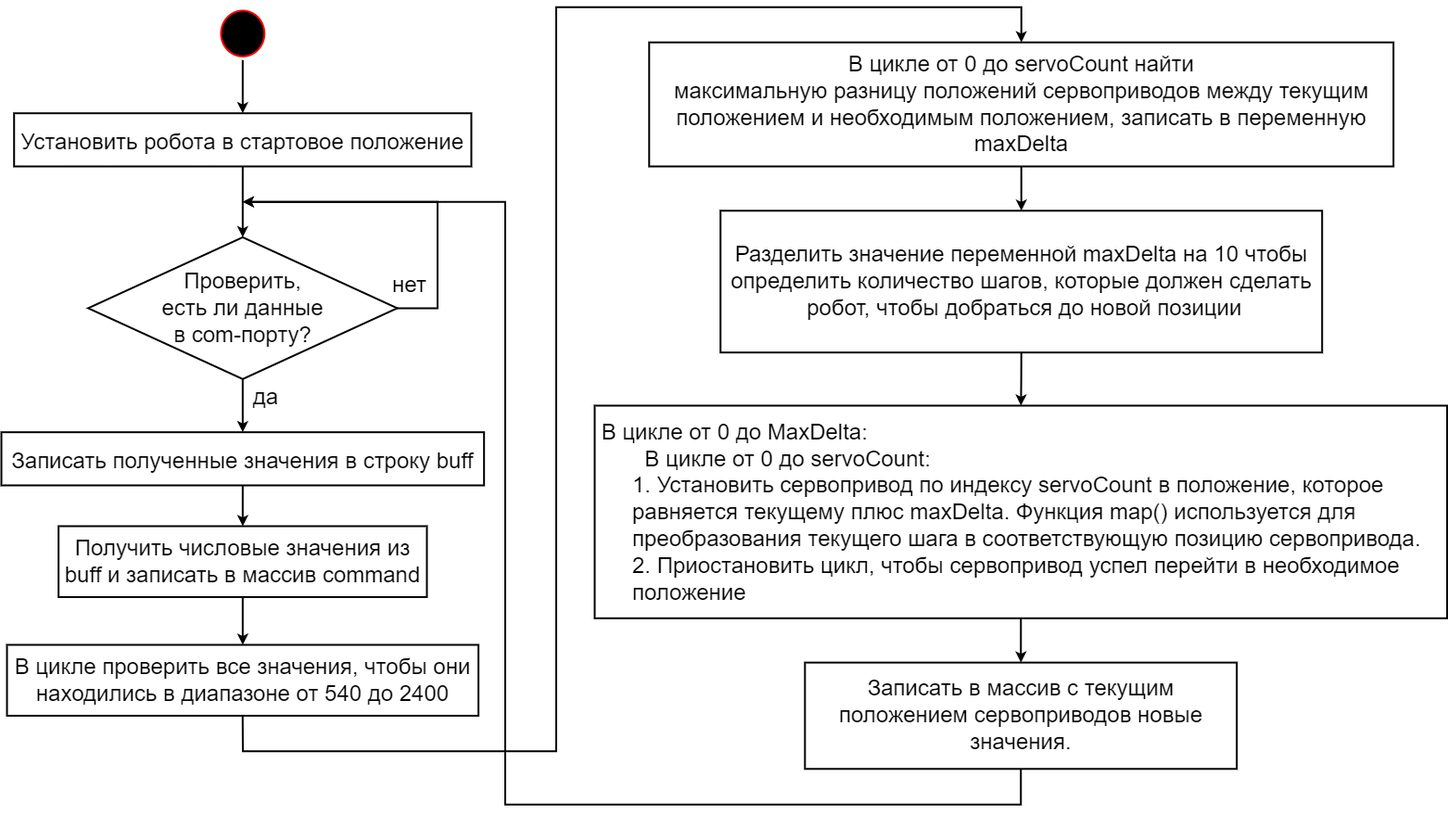
Earlier version of the draw.io export Схемы/Диаграмма деятельности ардуино.drawio.png (ArtemVolkov2103/1-Diplom). Source tidied: cells renumbered, new cells last; positions are measured from the earlier drawing's top-left corner, leaving out a move shared by most shapes.
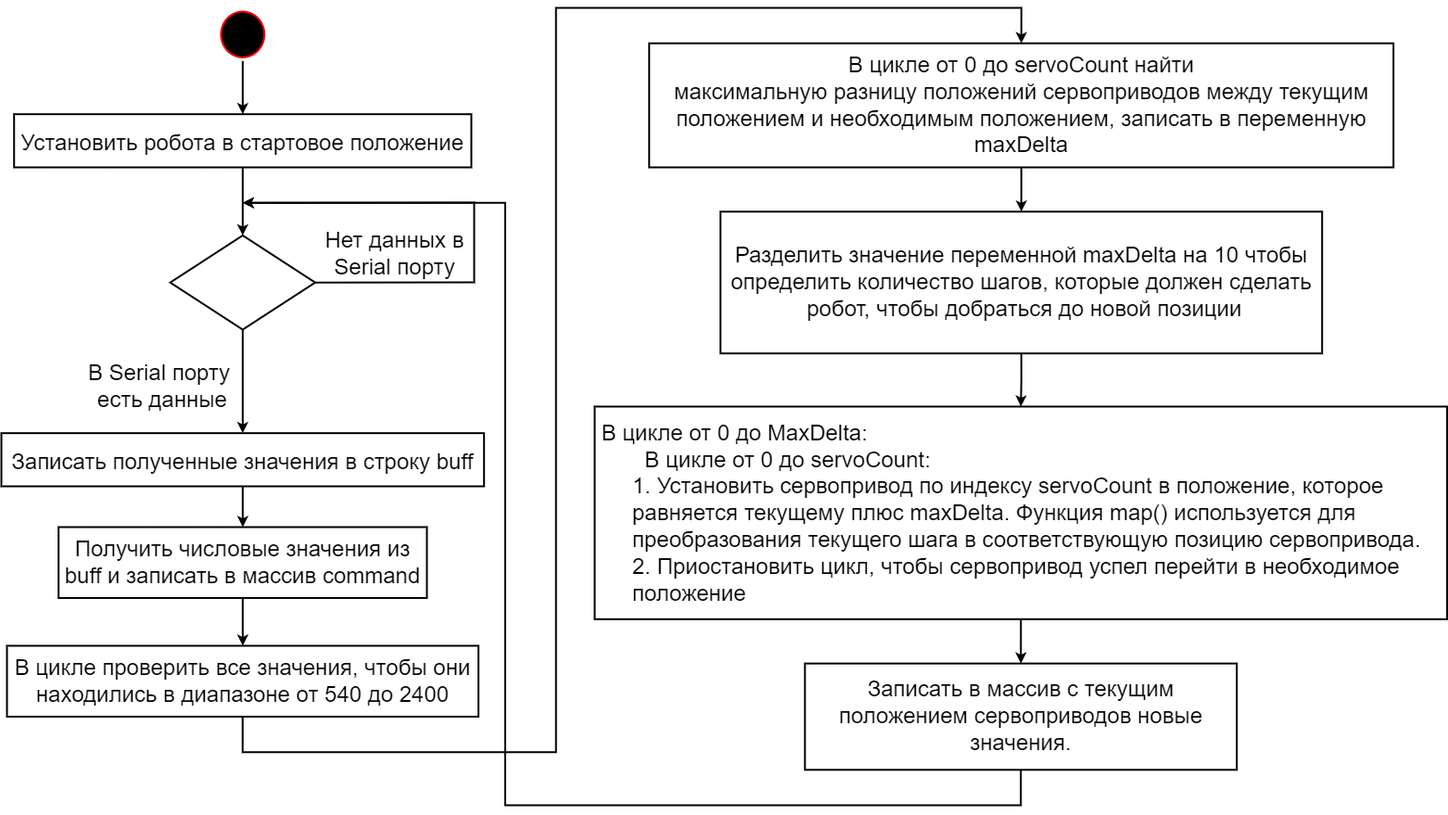
The same file after the commit.

Change to the diagram source:
```diff
@@ -11,21 +11,21 @@
     <mxCell id="4" style="edgeStyle=orthogonalEdgeStyle;rounded=0;jettySize=auto;html=1;exitX=0.5;exitY=1;exitDx=0;exitDy=0;entryX=0.5;entryY=0;entryDx=0;entryDy=0;fontSize=24;strokeWidth=2;" parent="1" edge="1" source="5" target="3">
       <mxGeometry relative="1" as="geometry" />
     </mxCell>
-    <mxCell id="5" value="Проверить,&lt;br style=&quot;font-size: 24px;&quot;&gt;есть&amp;nbsp;ли данные &lt;br style=&quot;font-size: 24px;&quot;&gt;в com-порту?" style="rhombus;whiteSpace=wrap;html=1;fontSize=24;strokeWidth=2;" parent="1" vertex="1">
-      <mxGeometry x="93.6" y="248.4" width="333.4" height="152.9" as="geometry" />
+    <mxCell id="5" style="rhombus;whiteSpace=wrap;html=1;fontSize=24;strokeWidth=2;" parent="1" vertex="1">
+      <mxGeometry x="182.1" y="245.4" width="156.4" height="101.6" as="geometry" />
     </mxCell>
-    <mxCell id="6" value="да" style="text;html=1;align=center;verticalAlign=middle;strokeColor=none;fillColor=none;fontSize=24;strokeWidth=2;" parent="1" vertex="1">
-      <mxGeometry x="260" y="401.3" width="50" height="40" as="geometry" />
+    <mxCell id="6" value="В Serial порту&lt;br&gt;&amp;nbsp;есть данные" style="text;html=1;align=center;verticalAlign=middle;strokeColor=none;fillColor=none;fontSize=24;strokeWidth=2;" parent="1" vertex="1">
+      <mxGeometry x="80" y="372.7" width="180" height="70" as="geometry" />
     </mxCell>
-    <mxCell id="7" value="нет" style="text;html=1;align=center;verticalAlign=middle;strokeColor=none;fillColor=none;fontSize=24;strokeWidth=2;" parent="1" vertex="1">
-      <mxGeometry x="410" y="280" width="60" height="40" as="geometry" />
+    <mxCell id="7" value="Нет данных в &lt;br&gt;Serial порту" style="text;html=1;align=center;verticalAlign=middle;strokeColor=none;fillColor=none;fontSize=24;strokeWidth=2;" parent="1" vertex="1">
+      <mxGeometry x="338.5" y="230" width="170" height="70" as="geometry" />
     </mxCell>
     <mxCell id="8" style="endArrow=classic;html=1;rounded=0;exitX=1;exitY=0.5;exitDx=0;exitDy=0;fontSize=24;strokeWidth=2;" parent="1" edge="1" source="5">
       <mxGeometry relative="1" as="geometry">
         <mxPoint x="260.3" y="210.2" as="targetPoint" />
         <Array as="points">
-          <mxPoint x="470.4" y="324.9" />
-          <mxPoint x="470.4" y="210.2" />
+          <mxPoint x="510" y="296" />
+          <mxPoint x="510" y="210" />
         </Array>
       </mxGeometry>
     </mxCell>
```
